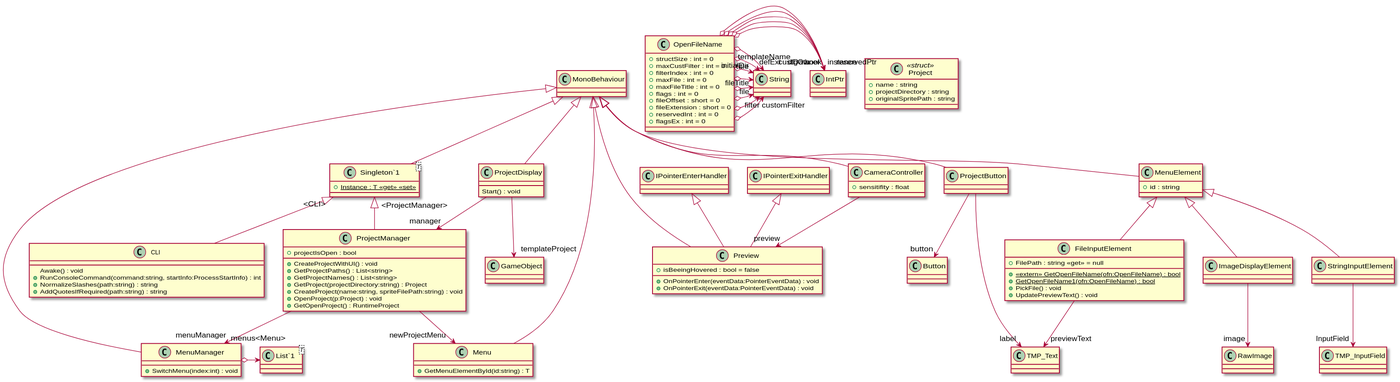
Earlier version of the PlantUML export UML/include.svg (streepje8/ToolDev2023).
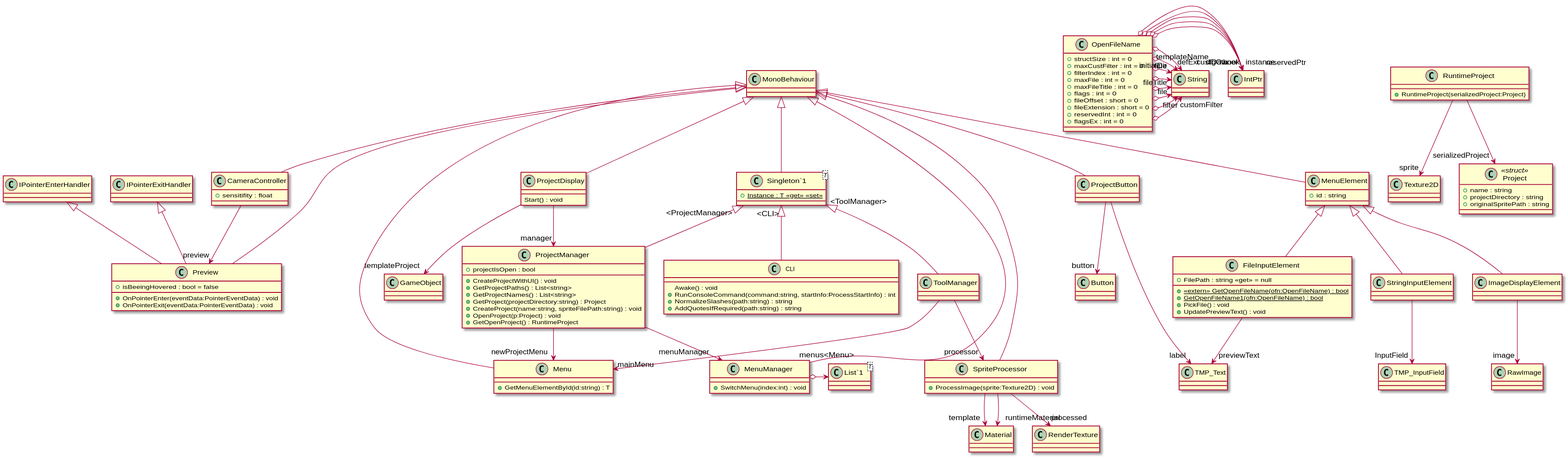
Above is the later version.

Diff of the diagram source:
```diff
@@ -12,6 +12,25 @@
 class "Singleton`1"<T> {
 }
 "Singleton`1" "<CLI>" <|-- CLI
+class RuntimeProject {
+    + RuntimeProject(serializedProject:Project)
+}
+RuntimeProject --> "sprite" Texture2D
+RuntimeProject --> "serializedProject" Project
+class ToolManager {
+}
+class "Singleton`1"<T> {
+}
+"Singleton`1" "<ToolManager>" <|-- ToolManager
+ToolManager --> "processor" SpriteProcessor
+ToolManager --> "mainMenu" Menu
+class SpriteProcessor {
+    + ProcessImage(sprite:Texture2D) : void
+}
+MonoBehaviour <|-- SpriteProcessor
+SpriteProcessor --> "template" Material
+SpriteProcessor --> "runtimeMaterial" Material
+SpriteProcessor --> "processed" RenderTexture
 class Preview {
     + isBeeingHovered : bool = false
     + OnPointerEnter(eventData:PointerEventData) : void
```
